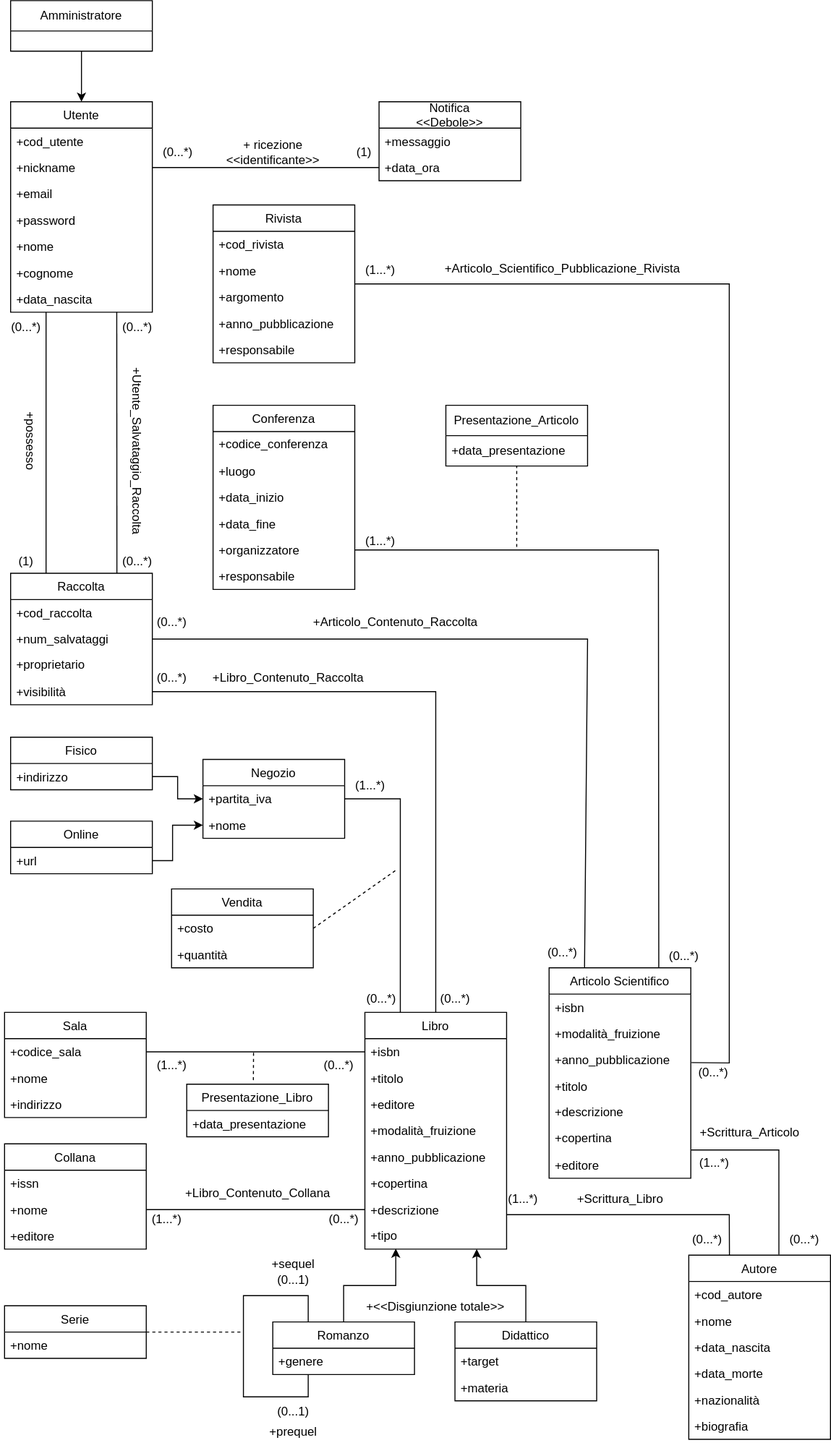
Above: progettazione_concettuale/Modello_Concettuale_UML.drawio.svg in m3tt0/Progetto_OB_BASI (draw.io), before the change. Source tidied: cells renumbered, new cells last; positions are measured from the earlier drawing's top-left corner, leaving out a move shared by most shapes.
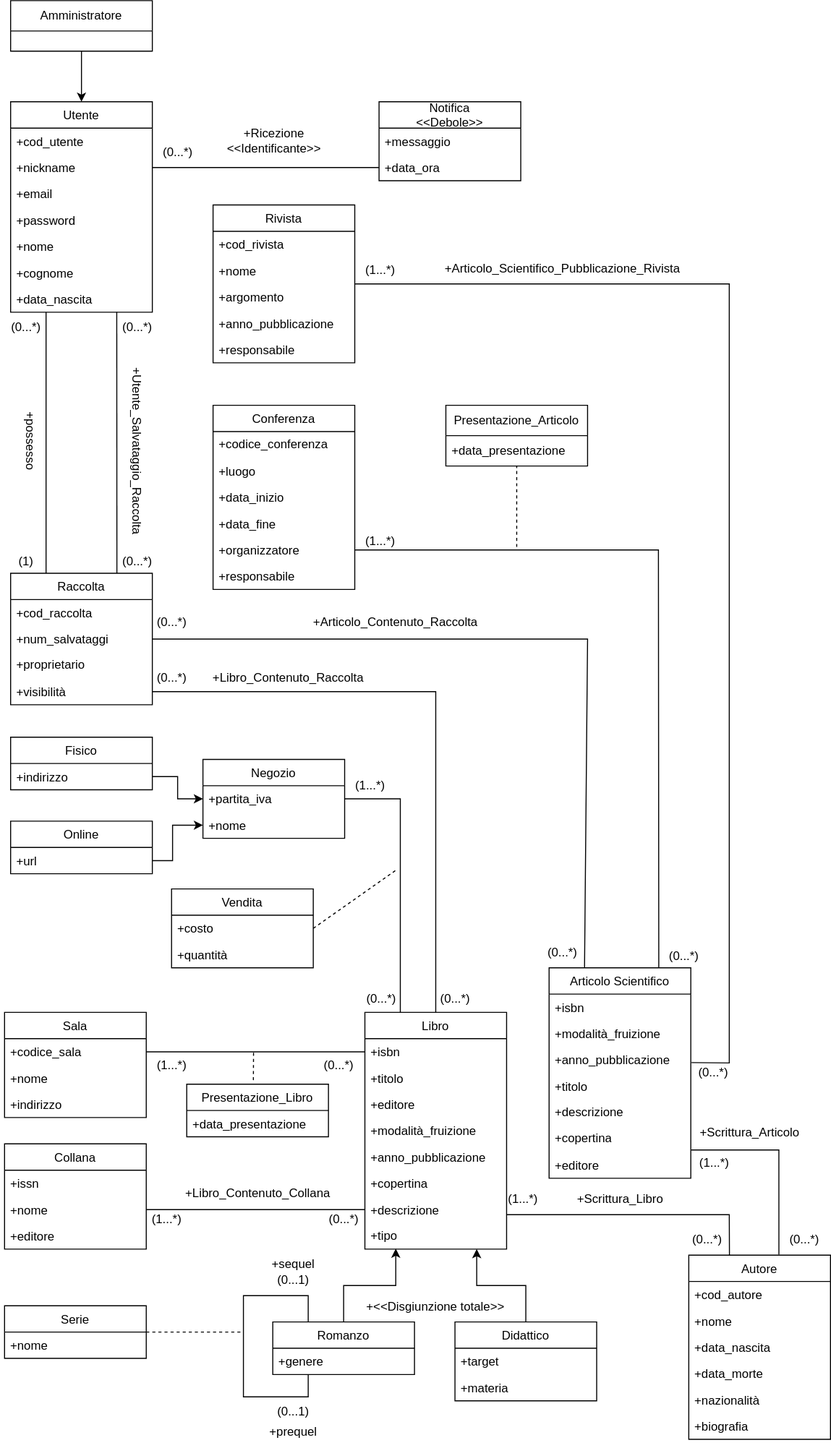
After the commit.

Diff of the diagram source:
```diff
@@ -367,15 +367,9 @@
     <mxCell id="114" value="+data_ora" style="text;strokeColor=none;fillColor=none;align=left;verticalAlign=top;spacingLeft=4;spacingRight=4;overflow=hidden;points=[[0,0.5],[1,0.5]];portConstraint=eastwest;" parent="112" vertex="1">
       <mxGeometry y="52" width="140" height="26" as="geometry" />
     </mxCell>
-    <mxCell id="115" value="(1)" style="text;html=1;align=center;verticalAlign=middle;strokeColor=none;fillColor=none;" parent="1" vertex="1">
-      <mxGeometry x="349" y="135" width="40" height="30" as="geometry" />
-    </mxCell>
     <mxCell id="116" value="(0...*)" style="text;html=1;align=center;verticalAlign=middle;strokeColor=none;fillColor=none;" parent="1" vertex="1">
       <mxGeometry x="160" y="135" width="50" height="30" as="geometry" />
     </mxCell>
-    <mxCell id="117" value="+ ricezione&lt;br&gt;&amp;lt;&amp;lt;identificante&amp;gt;&amp;gt;" style="text;html=1;align=center;verticalAlign=middle;strokeColor=none;fillColor=none;rotation=0;" parent="1" vertex="1">
-      <mxGeometry x="219" y="130" width="120" height="40" as="geometry" />
-    </mxCell>
     <mxCell id="118" value="+Articolo_Contenuto_Raccolta" style="text;html=1;align=center;verticalAlign=middle;strokeColor=none;fillColor=none;rotation=0;" parent="1" vertex="1">
       <mxGeometry x="305" y="600" width="190" height="30" as="geometry" />
     </mxCell>
@@ -483,5 +477,8 @@
     <mxCell id="145" style="endArrow=none;html=1;rounded=0;exitX=0.75;exitY=0;exitDx=0;exitDy=0;entryX=0.749;entryY=0.999;entryDx=0;entryDy=0;entryPerimeter=0;" parent="1" edge="1" source="86" target="99">
       <mxGeometry relative="1" as="geometry" />
     </mxCell>
+    <mxCell id="146" value="+Ricezione&lt;br&gt;&amp;lt;&amp;lt;Identificante&amp;gt;&amp;gt;" style="text;html=1;align=center;verticalAlign=middle;strokeColor=none;fillColor=none;rotation=0;" parent="1" vertex="1">
+      <mxGeometry x="220" y="119" width="120" height="40" as="geometry" />
+    </mxCell>
   </root>
 </mxGraphModel>
```
